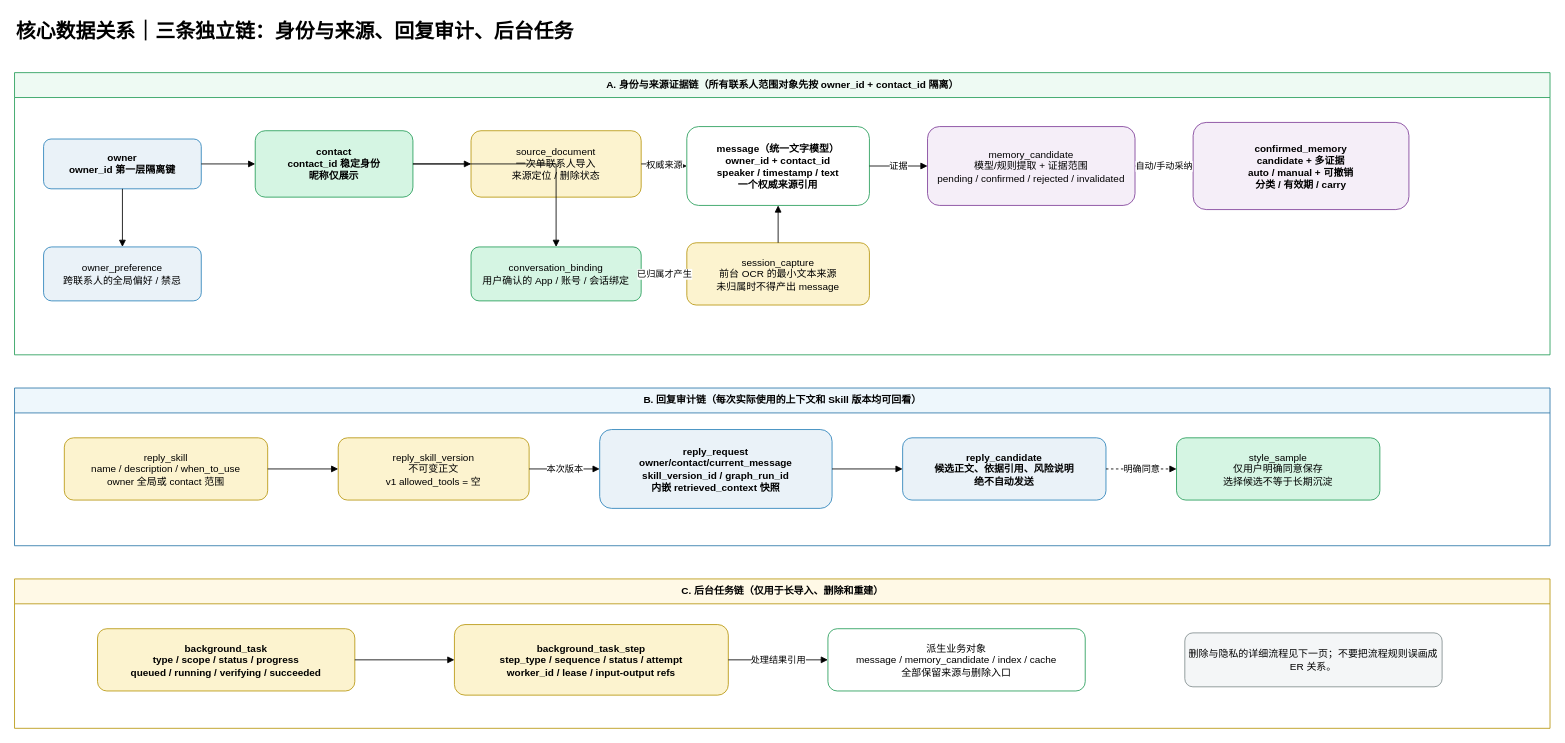
Before: page "04-核心数据关系" (4 of 5) of architecture/notalone-system-architecture.drawio in Aqua-ava/NotAlone, a draw.io diagram. Source tidied: cells renumbered, new cells numbered last; positions are measured from the earlier drawing's top-left corner, leaving out a move shared by most shapes. Both pictures are drawn from the tidied source at 83%, with x=0, y=0 at pixel (14, 14).
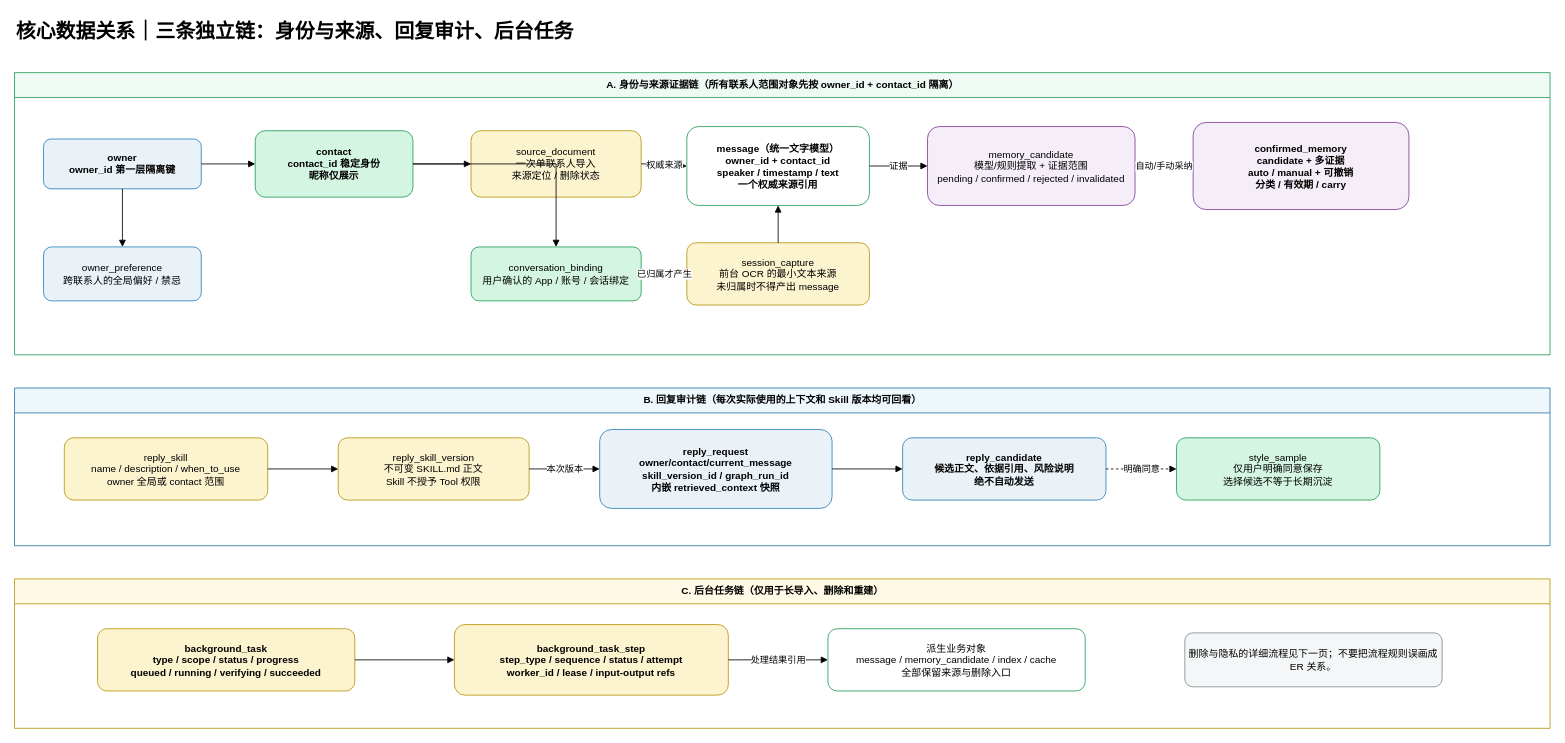
Above is the later version.

Commit message (it also covers changes not shown here):
采用 Deep Agents Skill 加载组件

The edit, as a diff of the source:
```diff
@@
-    <mxCell id="15" value="reply_skill_version&#10;不可变正文&#10;v1 allowed_tools = 空" style="rounded=1;whiteSpace=wrap;html=1;fillColor=#fcf3cf;strokeColor=#b7950b;" parent="1" vertex="1">
+    <mxCell id="15" value="reply_skill_version&#10;不可变 SKILL.md 正文&#10;Skill 不授予 Tool 权限" style="rounded=1;whiteSpace=wrap;html=1;fillColor=#fcf3cf;strokeColor=#b7950b;" parent="1" vertex="1">
       <mxGeometry x="390" y="510" width="230" height="75" as="geometry" />
     </mxCell>
```
